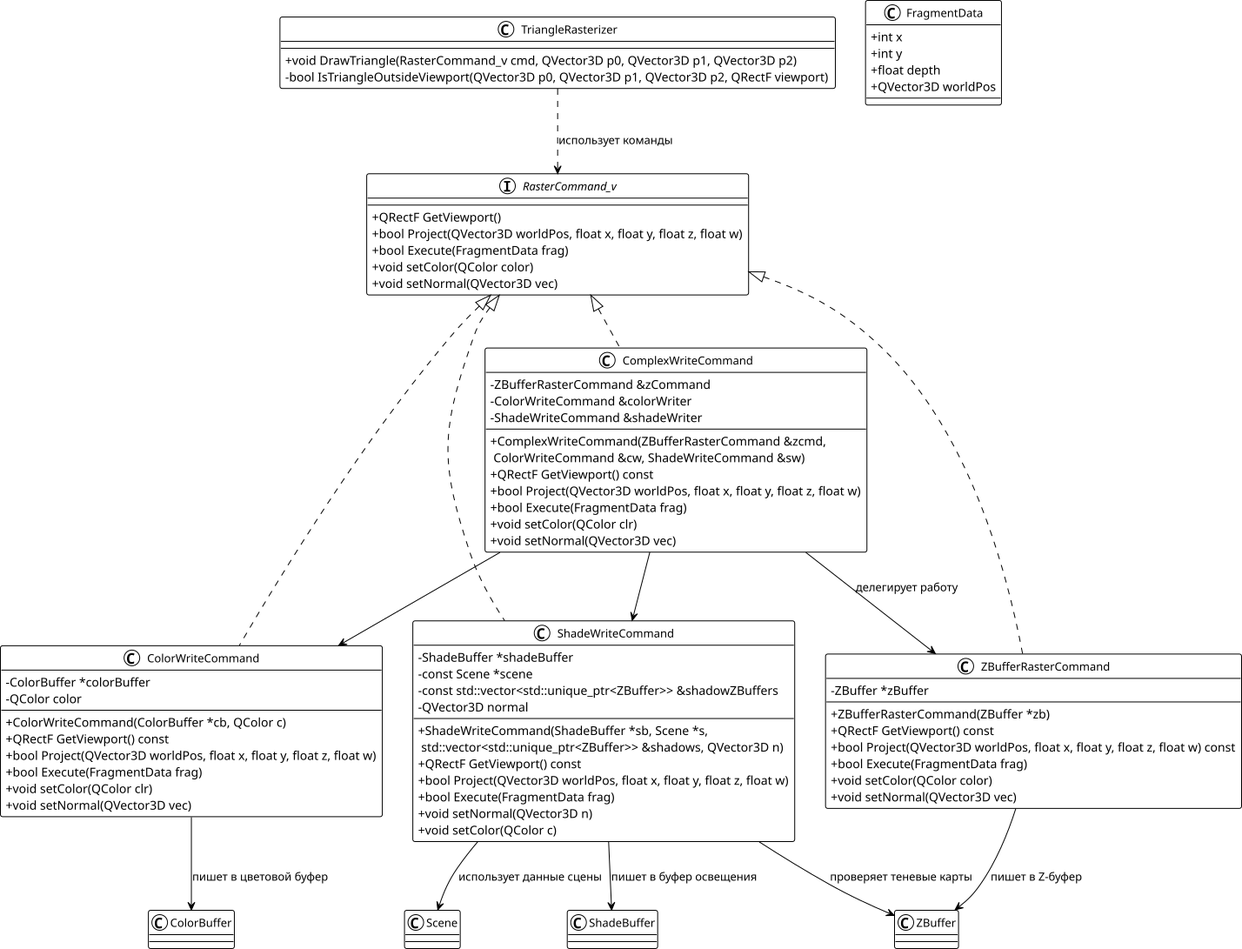
The PlantUML diagram report/preza/Rasterization.png in Mikhanick/courseCG, before a commit. Its source is kept beside it as report/src/images/plantuml/Rasterization.plantuml.
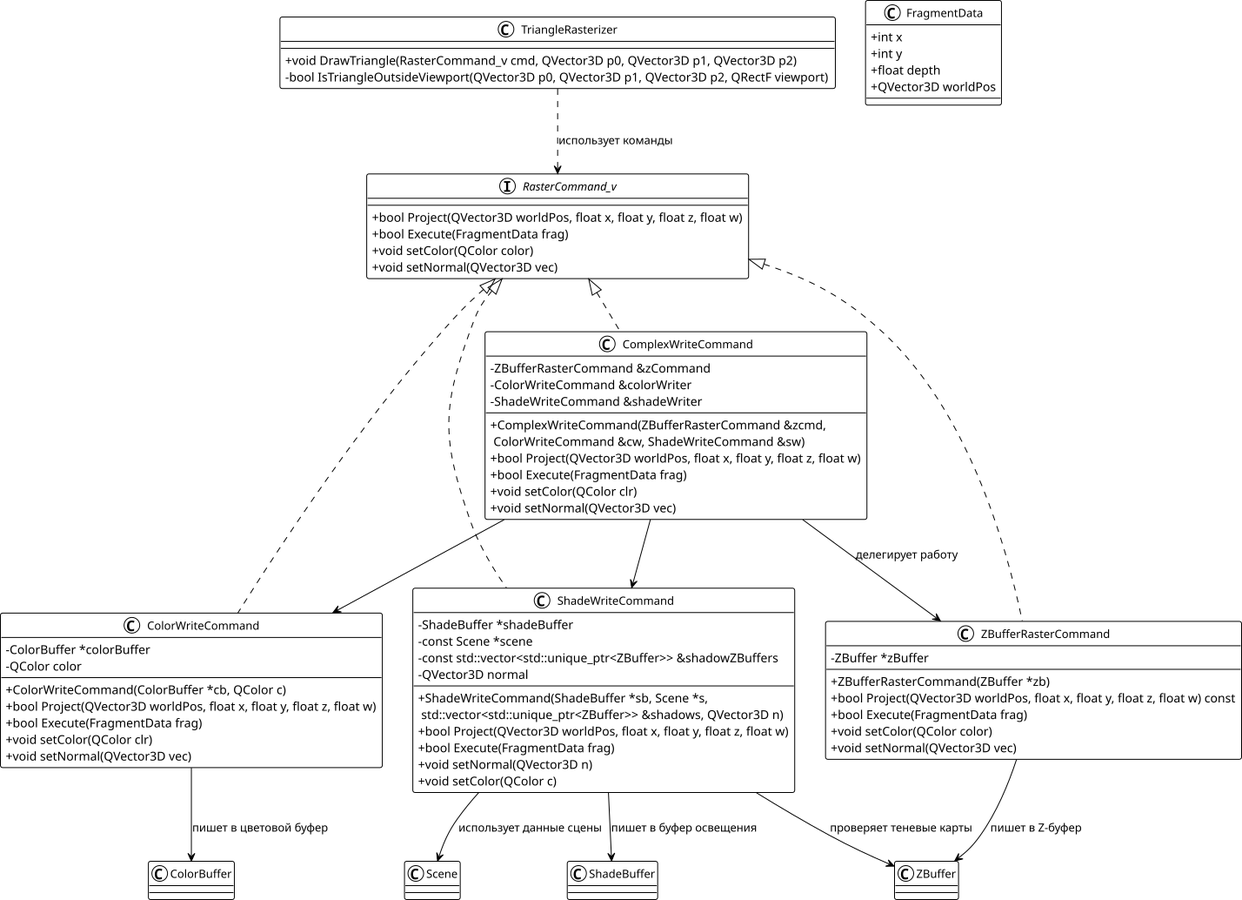
Later version of the same file.

The edit, as a diff of the source:
```diff
@@ -9,7 +9,6 @@
 }
 
 interface RasterCommand_v {
-  +QRectF GetViewport()
   +bool Project(QVector3D worldPos, float x, float y, float z, float w)
   +bool Execute(FragmentData frag)
   +void setColor(QColor color)
@@ -19,7 +18,6 @@
 class ZBufferRasterCommand {
   -ZBuffer *zBuffer
   +ZBufferRasterCommand(ZBuffer *zb)
-  +QRectF GetViewport() const
   +bool Project(QVector3D worldPos, float x, float y, float z, float w) const
   +bool Execute(FragmentData frag)
   +void setColor(QColor color)
@@ -30,7 +28,6 @@
   -ColorBuffer *colorBuffer
   -QColor color
   +ColorWriteCommand(ColorBuffer *cb, QColor c)
-  +QRectF GetViewport() const
   +bool Project(QVector3D worldPos, float x, float y, float z, float w)
   +bool Execute(FragmentData frag)
   +void setColor(QColor clr)
@@ -43,7 +40,6 @@
   -const std::vector<std::unique_ptr<ZBuffer>> &shadowZBuffers
   -QVector3D normal
   +ShadeWriteCommand(ShadeBuffer *sb, Scene *s,\n std::vector<std::unique_ptr<ZBuffer>> &shadows, QVector3D n)
-  +QRectF GetViewport() const
   +bool Project(QVector3D worldPos, float x, float y, float z, float w)
   +bool Execute(FragmentData frag)
   +void setNormal(QVector3D n)
@@ -55,7 +51,6 @@
   -ColorWriteCommand &colorWriter
   -ShadeWriteCommand &shadeWriter
   +ComplexWriteCommand(ZBufferRasterCommand &zcmd,\n ColorWriteCommand &cw, ShadeWriteCommand &sw)
-  +QRectF GetViewport() const
   +bool Project(QVector3D worldPos, float x, float y, float z, float w)
   +bool Execute(FragmentData frag)
   +void setColor(QColor clr)
```
